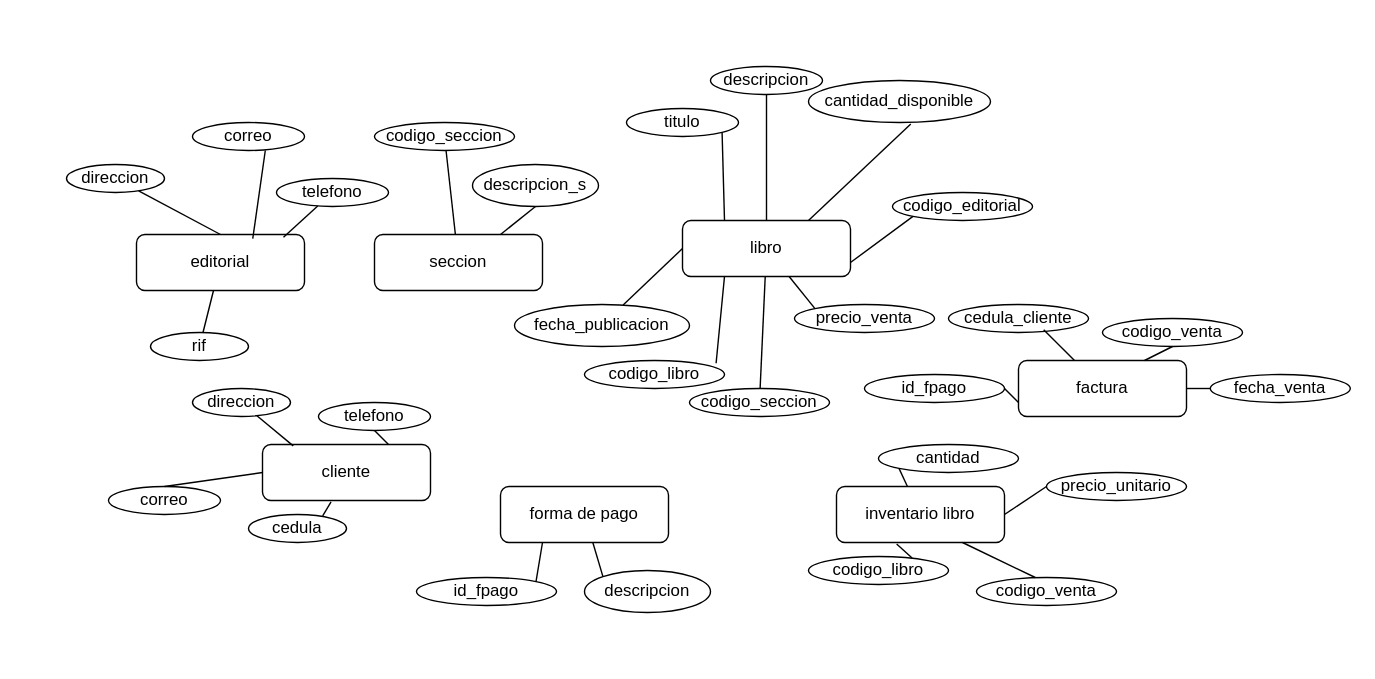
Above: Diagrama sin título.drawio in nemrac159/carmen (draw.io), before the change. Source tidied: cells renumbered, new cells numbered last; positions are measured from the earlier drawing's top-left corner, leaving out a move shared by most shapes. Both pictures are drawn from the tidied source at 140%, with x=0, y=0 at pixel (66, 66).
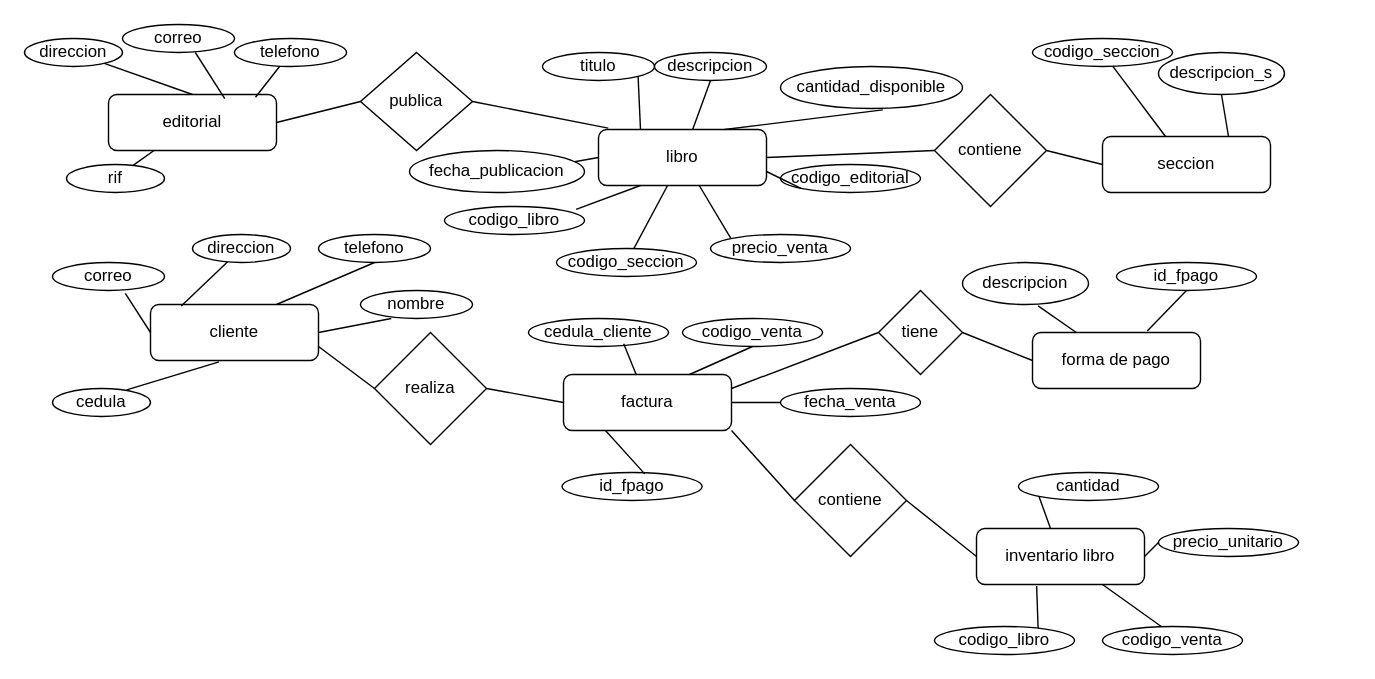
The same diagram, later.

The edit, as a diff of the source:
```diff
@@
     <mxCell id="2" value="editorial" style="rounded=1;whiteSpace=wrap;html=1;fontSize=12;glass=0;strokeWidth=1;shadow=0;" parent="1" vertex="1">
-      <mxGeometry x="50" y="120" width="120" height="40" as="geometry" />
+      <mxGeometry x="30" y="20" width="120" height="40" as="geometry" />
     </mxCell>
     <mxCell id="3" value="correo" style="ellipse;whiteSpace=wrap;html=1;" parent="1" vertex="1">
-      <mxGeometry x="90" y="40" width="80" height="20" as="geometry" />
+      <mxGeometry x="40" y="-30" width="80" height="20" as="geometry" />
     </mxCell>
     <mxCell id="4" value="seccion" style="rounded=1;whiteSpace=wrap;html=1;" parent="1" vertex="1">
-      <mxGeometry x="220" y="120" width="120" height="40" as="geometry" />
+      <mxGeometry x="740" y="50" width="120" height="40" as="geometry" />
     </mxCell>
     <mxCell id="5" value="libro" style="rounded=1;whiteSpace=wrap;html=1;" parent="1" vertex="1">
-      <mxGeometry x="440" y="110" width="120" height="40" as="geometry" />
+      <mxGeometry x="380" y="45" width="120" height="40" as="geometry" />
     </mxCell>
     <mxCell id="6" value="inventario libro" style="rounded=1;whiteSpace=wrap;html=1;" parent="1" vertex="1">
-      <mxGeometry x="550" y="300" width="120" height="40" as="geometry" />
+      <mxGeometry x="650" y="330" width="120" height="40" as="geometry" />
     </mxCell>
     <mxCell id="7" value="factura" style="rounded=1;whiteSpace=wrap;html=1;" parent="1" vertex="1">
-      <mxGeometry x="680" y="210" width="120" height="40" as="geometry" />
+      <mxGeometry x="355" y="220" width="120" height="40" as="geometry" />
     </mxCell>
     <mxCell id="8" value="cliente" style="rounded=1;whiteSpace=wrap;html=1;" parent="1" vertex="1">
-      <mxGeometry x="140" y="270" width="120" height="40" as="geometry" />
+      <mxGeometry x="60" y="170" width="120" height="40" as="geometry" />
     </mxCell>
     <mxCell id="9" value="forma de pago" style="rounded=1;whiteSpace=wrap;html=1;" parent="1" vertex="1">
-      <mxGeometry x="310" y="300" width="120" height="40" as="geometry" />
+      <mxGeometry x="690" y="190" width="120" height="40" as="geometry" />
     </mxCell>
     <mxCell id="10" value="codigo_seccion" style="ellipse;whiteSpace=wrap;html=1;" parent="1" vertex="1">
-      <mxGeometry x="220" y="40" width="100" height="20" as="geometry" />
+      <mxGeometry x="690" y="-20" width="100" height="20" as="geometry" />
     </mxCell>
@@
     <mxCell id="13" value="telefono" style="ellipse;whiteSpace=wrap;html=1;" parent="1" vertex="1">
-      <mxGeometry x="150" y="80" width="80" height="20" as="geometry" />
+      <mxGeometry x="120" y="-20" width="80" height="20" as="geometry" />
     </mxCell>
@@
     <mxCell id="16" value="direccion" style="ellipse;whiteSpace=wrap;html=1;" parent="1" vertex="1">
-      <mxGeometry y="70" width="70" height="20" as="geometry" />
+      <mxGeometry x="-30" y="-20" width="70" height="20" as="geometry" />
     </mxCell>
     <mxCell id="17" value="rif" style="ellipse;whiteSpace=wrap;html=1;" parent="1" vertex="1">
-      <mxGeometry x="60" y="190" width="70" height="20" as="geometry" />
+      <mxGeometry y="70" width="70" height="20" as="geometry" />
     </mxCell>
@@
     <mxCell id="20" value="descripcion_s" style="ellipse;whiteSpace=wrap;html=1;" parent="1" vertex="1">
-      <mxGeometry x="290" y="70" width="90" height="30" as="geometry" />
+      <mxGeometry x="780" y="-10" width="90" height="30" as="geometry" />
     </mxCell>
@@
     <mxCell id="22" value="titulo" style="ellipse;whiteSpace=wrap;html=1;" parent="1" vertex="1">
-      <mxGeometry x="400" y="30" width="80" height="20" as="geometry" />
+      <mxGeometry x="340" y="-10" width="80" height="20" as="geometry" />
     </mxCell>
     <mxCell id="23" value="cantidad_disponible" style="ellipse;whiteSpace=wrap;html=1;" parent="1" vertex="1">
-      <mxGeometry x="530" y="10" width="130" height="30" as="geometry" />
+      <mxGeometry x="510" width="130" height="30" as="geometry" />
     </mxCell>
     <mxCell id="24" value="descripcion" style="ellipse;whiteSpace=wrap;html=1;" parent="1" vertex="1">
-      <mxGeometry x="460" width="80" height="20" as="geometry" />
+      <mxGeometry x="420" y="-10" width="80" height="20" as="geometry" />
     </mxCell>
@@
     <mxCell id="26" value="fecha_publicacion" style="ellipse;whiteSpace=wrap;html=1;" parent="1" vertex="1">
-      <mxGeometry x="320" y="170" width="125" height="30" as="geometry" />
+      <mxGeometry x="245" y="60" width="125" height="30" as="geometry" />
     </mxCell>
     <mxCell id="27" value="codigo_libro" style="ellipse;whiteSpace=wrap;html=1;" parent="1" vertex="1">
-      <mxGeometry x="370" y="210" width="100" height="20" as="geometry" />
+      <mxGeometry x="270" y="100" width="100" height="20" as="geometry" />
     </mxCell>
     <mxCell id="28" value="precio_venta" style="ellipse;whiteSpace=wrap;html=1;" parent="1" vertex="1">
-      <mxGeometry x="520" y="170" width="100" height="20" as="geometry" />
+      <mxGeometry x="460" y="120" width="100" height="20" as="geometry" />
     </mxCell>
     <mxCell id="29" value="codigo_editorial" style="ellipse;whiteSpace=wrap;html=1;" parent="1" vertex="1">
-      <mxGeometry x="590" y="90" width="100" height="20" as="geometry" />
+      <mxGeometry x="510" y="70" width="100" height="20" as="geometry" />
     </mxCell>
     <mxCell id="30" value="codigo_seccion" style="ellipse;whiteSpace=wrap;html=1;" parent="1" vertex="1">
-      <mxGeometry x="445" y="230" width="100" height="20" as="geometry" />
+      <mxGeometry x="350" y="130" width="100" height="20" as="geometry" />
     </mxCell>
@@
     <mxCell id="39" value="telefono" style="ellipse;whiteSpace=wrap;html=1;" parent="1" vertex="1">
-      <mxGeometry x="180" y="240" width="80" height="20" as="geometry" />
+      <mxGeometry x="180" y="120" width="80" height="20" as="geometry" />
     </mxCell>
     <mxCell id="40" value="direccion" style="ellipse;whiteSpace=wrap;html=1;" parent="1" vertex="1">
-      <mxGeometry x="90" y="230" width="70" height="20" as="geometry" />
+      <mxGeometry x="90" y="120" width="70" height="20" as="geometry" />
     </mxCell>
     <mxCell id="41" value="correo" style="ellipse;whiteSpace=wrap;html=1;" parent="1" vertex="1">
-      <mxGeometry x="30" y="300" width="80" height="20" as="geometry" />
+      <mxGeometry x="-10" y="140" width="80" height="20" as="geometry" />
     </mxCell>
     <mxCell id="42" value="cedula" style="ellipse;whiteSpace=wrap;html=1;" parent="1" vertex="1">
-      <mxGeometry x="130" y="320" width="70" height="20" as="geometry" />
+      <mxGeometry x="-10" y="230" width="70" height="20" as="geometry" />
     </mxCell>
     <mxCell id="43" value="descripcion" style="ellipse;whiteSpace=wrap;html=1;" parent="1" vertex="1">
-      <mxGeometry x="370" y="360" width="90" height="30" as="geometry" />
+      <mxGeometry x="640" y="140" width="90" height="30" as="geometry" />
     </mxCell>
     <mxCell id="44" value="id_fpago" style="ellipse;whiteSpace=wrap;html=1;" parent="1" vertex="1">
-      <mxGeometry x="250" y="365" width="100" height="20" as="geometry" />
+      <mxGeometry x="750" y="140" width="100" height="20" as="geometry" />
     </mxCell>
     <mxCell id="45" value="codigo_venta" style="ellipse;whiteSpace=wrap;html=1;" parent="1" vertex="1">
-      <mxGeometry x="740" y="180" width="100" height="20" as="geometry" />
+      <mxGeometry x="440" y="180" width="100" height="20" as="geometry" />
     </mxCell>
     <mxCell id="46" value="fecha_venta" style="ellipse;whiteSpace=wrap;html=1;" parent="1" vertex="1">
-      <mxGeometry x="817" y="220" width="100" height="20" as="geometry" />
+      <mxGeometry x="510" y="230" width="100" height="20" as="geometry" />
     </mxCell>
     <mxCell id="47" value="cedula_cliente" style="ellipse;whiteSpace=wrap;html=1;" parent="1" vertex="1">
-      <mxGeometry x="630" y="170" width="100" height="20" as="geometry" />
+      <mxGeometry x="330" y="180" width="100" height="20" as="geometry" />
     </mxCell>
     <mxCell id="48" value="id_fpago" style="ellipse;whiteSpace=wrap;html=1;" parent="1" vertex="1">
-      <mxGeometry x="570" y="220" width="100" height="20" as="geometry" />
+      <mxGeometry x="354" y="290" width="100" height="20" as="geometry" />
     </mxCell>
     <mxCell id="49" value="codigo_venta" style="ellipse;whiteSpace=wrap;html=1;" parent="1" vertex="1">
-      <mxGeometry x="650" y="365" width="100" height="20" as="geometry" />
+      <mxGeometry x="740" y="400" width="100" height="20" as="geometry" />
     </mxCell>
     <mxCell id="50" value="codigo_libro" style="ellipse;whiteSpace=wrap;html=1;" parent="1" vertex="1">
-      <mxGeometry x="530" y="350" width="100" height="20" as="geometry" />
+      <mxGeometry x="620" y="400" width="100" height="20" as="geometry" />
     </mxCell>
     <mxCell id="51" value="precio_unitario" style="ellipse;whiteSpace=wrap;html=1;" parent="1" vertex="1">
-      <mxGeometry x="700" y="290" width="100" height="20" as="geometry" />
+      <mxGeometry x="780" y="330" width="100" height="20" as="geometry" />
     </mxCell>
     <mxCell id="52" value="cantidad" style="ellipse;whiteSpace=wrap;html=1;" parent="1" vertex="1">
-      <mxGeometry x="580" y="270" width="100" height="20" as="geometry" />
+      <mxGeometry x="680" y="290" width="100" height="20" as="geometry" />
     </mxCell>
-    <mxCell id="53" style="endArrow=none;html=1;rounded=0;exitX=0;exitY=0;exitDx=0;exitDy=0;" parent="1" edge="1" source="43" target="9">
+    <mxCell id="53" style="endArrow=none;html=1;rounded=0;exitX=0.6;exitY=1.033;exitDx=0;exitDy=0;exitPerimeter=0;" parent="1" edge="1" source="43" target="9">
       <mxGeometry relative="1" as="geometry" />
     </mxCell>
-    <mxCell id="54" style="endArrow=none;html=1;rounded=0;entryX=0.25;entryY=1;entryDx=0;entryDy=0;exitX=1;exitY=0;exitDx=0;exitDy=0;" parent="1" edge="1" source="44" target="9">
+    <mxCell id="54" style="endArrow=none;html=1;rounded=0;entryX=0.683;entryY=-0.025;entryDx=0;entryDy=0;exitX=0.5;exitY=1;exitDx=0;exitDy=0;entryPerimeter=0;" parent="1" edge="1" source="44" target="9">
       <mxGeometry relative="1" as="geometry" />
     </mxCell>
@@
-    <mxCell id="58" style="endArrow=none;html=1;rounded=0;entryX=0.5;entryY=0;entryDx=0;entryDy=0;exitX=0;exitY=0.5;exitDx=0;exitDy=0;" parent="1" edge="1" source="8" target="41">
+    <mxCell id="58" style="endArrow=none;html=1;rounded=0;exitX=0;exitY=0.5;exitDx=0;exitDy=0;entryX=0.65;entryY=1.1;entryDx=0;entryDy=0;entryPerimeter=0;" parent="1" edge="1" source="8" target="41">
       <mxGeometry relative="1" as="geometry" />
     </mxCell>
@@
-    <mxCell id="61" style="endArrow=none;html=1;rounded=0;exitX=1;exitY=0.5;exitDx=0;exitDy=0;entryX=0;entryY=0.75;entryDx=0;entryDy=0;" parent="1" edge="1" source="48" target="7">
+    <mxCell id="61" style="endArrow=none;html=1;rounded=0;exitX=0.59;exitY=0.05;exitDx=0;exitDy=0;entryX=0.25;entryY=1;entryDx=0;entryDy=0;exitPerimeter=0;" parent="1" edge="1" source="48" target="7">
       <mxGeometry relative="1" as="geometry" />
     </mxCell>
@@
+    <mxCell id="67" value="nombre" style="ellipse;whiteSpace=wrap;html=1;" parent="1" vertex="1">
+      <mxGeometry x="210" y="160" width="80" height="20" as="geometry" />
+    </mxCell>
+    <mxCell id="68" style="endArrow=none;html=1;rounded=0;exitX=1;exitY=0.5;exitDx=0;exitDy=0;entryX=0.275;entryY=1;entryDx=0;entryDy=0;entryPerimeter=0;" parent="1" edge="1" source="8" target="67">
+      <mxGeometry relative="1" as="geometry" />
+    </mxCell>
+    <mxCell id="69" value="publica" style="rhombus;whiteSpace=wrap;html=1;" parent="1" vertex="1">
+      <mxGeometry x="210" y="-10" width="80" height="70" as="geometry" />
+    </mxCell>
+    <mxCell id="70" style="endArrow=none;html=1;rounded=0;exitX=1;exitY=0.5;exitDx=0;exitDy=0;entryX=0;entryY=0.5;entryDx=0;entryDy=0;" parent="1" edge="1" source="2" target="69">
+      <mxGeometry relative="1" as="geometry" />
+    </mxCell>
+    <mxCell id="71" style="endArrow=none;html=1;rounded=0;entryX=0.058;entryY=-0.025;entryDx=0;entryDy=0;entryPerimeter=0;exitX=1;exitY=0.5;exitDx=0;exitDy=0;" parent="1" edge="1" source="69" target="5">
+      <mxGeometry relative="1" as="geometry" />
+    </mxCell>
+    <mxCell id="72" value="contiene" style="rhombus;whiteSpace=wrap;html=1;" parent="1" vertex="1">
+      <mxGeometry x="620" y="20" width="80" height="80" as="geometry" />
+    </mxCell>
+    <mxCell id="73" style="endArrow=none;html=1;rounded=0;exitX=1;exitY=0.5;exitDx=0;exitDy=0;entryX=0;entryY=0.5;entryDx=0;entryDy=0;" parent="1" edge="1" source="5" target="72">
+      <mxGeometry relative="1" as="geometry" />
+    </mxCell>
+    <mxCell id="74" style="endArrow=none;html=1;rounded=0;entryX=0;entryY=0.5;entryDx=0;entryDy=0;exitX=1;exitY=0.5;exitDx=0;exitDy=0;" parent="1" edge="1" source="72" target="4">
+      <mxGeometry relative="1" as="geometry" />
+    </mxCell>
+    <mxCell id="75" value="realiza" style="rhombus;whiteSpace=wrap;html=1;" parent="1" vertex="1">
+      <mxGeometry x="220" y="190" width="80" height="80" as="geometry" />
+    </mxCell>
+    <mxCell id="76" style="endArrow=none;html=1;rounded=0;exitX=1;exitY=0.5;exitDx=0;exitDy=0;entryX=0;entryY=0.5;entryDx=0;entryDy=0;" parent="1" edge="1" source="75" target="7">
+      <mxGeometry relative="1" as="geometry" />
+    </mxCell>
+    <mxCell id="77" style="endArrow=none;html=1;rounded=0;exitX=1;exitY=0.75;exitDx=0;exitDy=0;entryX=0;entryY=0.5;entryDx=0;entryDy=0;" parent="1" edge="1" source="8" target="75">
+      <mxGeometry relative="1" as="geometry" />
+    </mxCell>
+    <mxCell id="78" value="tiene" style="rhombus;whiteSpace=wrap;html=1;" parent="1" vertex="1">
+      <mxGeometry x="580" y="160" width="60" height="60" as="geometry" />
+    </mxCell>
+    <mxCell id="79" style="endArrow=none;html=1;rounded=0;exitX=1;exitY=0.25;exitDx=0;exitDy=0;entryX=0;entryY=0.5;entryDx=0;entryDy=0;" parent="1" edge="1" source="7" target="78">
+      <mxGeometry relative="1" as="geometry" />
+    </mxCell>
+    <mxCell id="80" style="endArrow=none;html=1;rounded=0;exitX=0;exitY=0.5;exitDx=0;exitDy=0;entryX=1;entryY=0.5;entryDx=0;entryDy=0;" parent="1" edge="1" source="9" target="78">
+      <mxGeometry relative="1" as="geometry" />
+    </mxCell>
+    <mxCell id="81" value="contiene" style="rhombus;whiteSpace=wrap;html=1;" parent="1" vertex="1">
+      <mxGeometry x="520" y="270" width="80" height="80" as="geometry" />
+    </mxCell>
+    <mxCell id="82" style="endArrow=none;html=1;rounded=0;exitX=1;exitY=1;exitDx=0;exitDy=0;entryX=0;entryY=0.5;entryDx=0;entryDy=0;" parent="1" edge="1" source="7" target="81">
+      <mxGeometry relative="1" as="geometry" />
+    </mxCell>
+    <mxCell id="83" style="endArrow=none;html=1;rounded=0;exitX=1;exitY=0.5;exitDx=0;exitDy=0;entryX=0;entryY=0.5;entryDx=0;entryDy=0;" parent="1" edge="1" source="81" target="6">
+      <mxGeometry relative="1" as="geometry" />
+    </mxCell>
```
